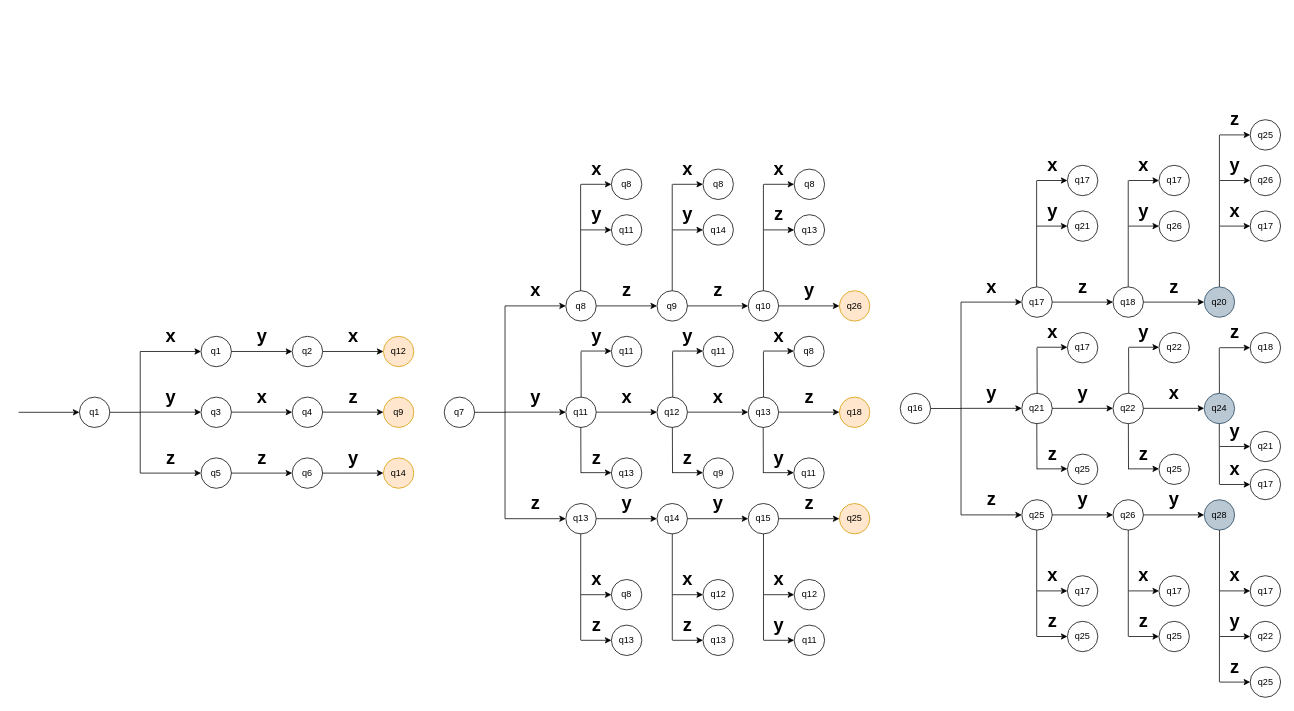
Danzokka/Faculdade keeps this draw.io diagram as Diagrama sem nome.drawio. Above is the earlier version. Source tidied: cells renumbered, new cells numbered last; positions are measured from the earlier drawing's top-left corner, leaving out a move shared by most shapes. Both pictures are drawn from the tidied source at 76%, with x=0, y=0 at pixel (18, 112).
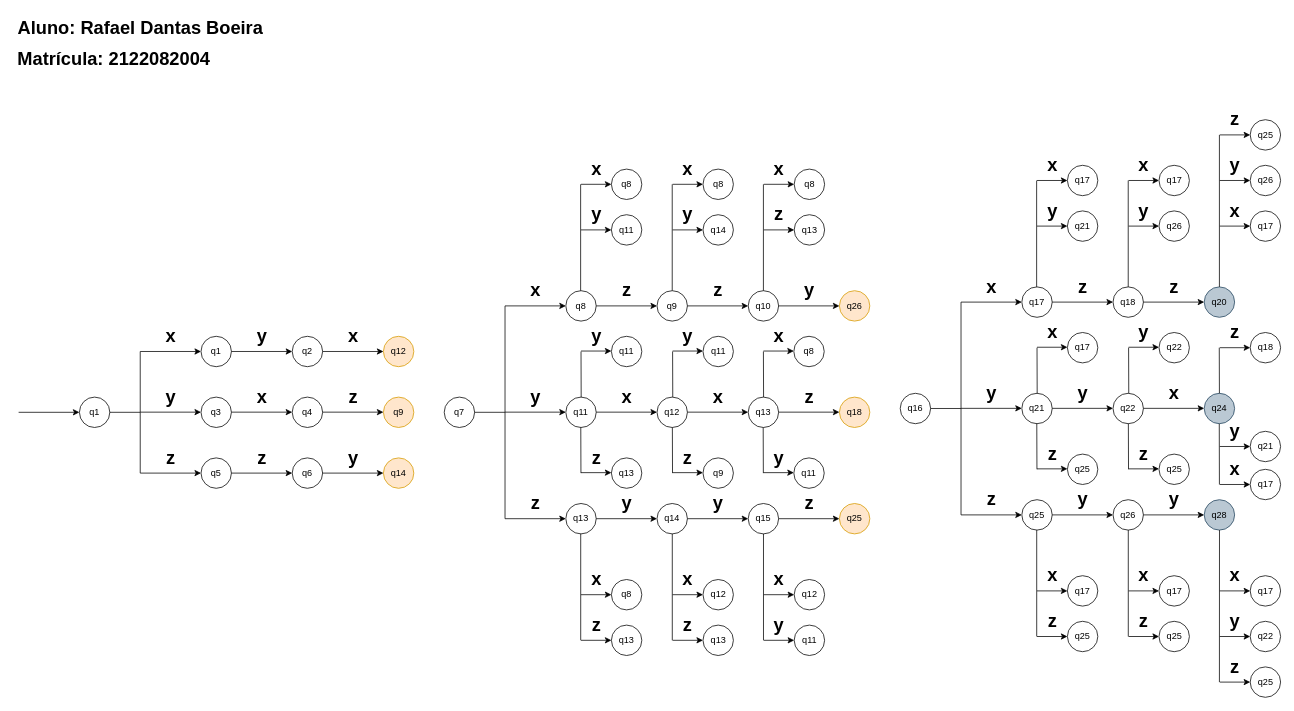
Above is the later version.

Change to the diagram source:
```diff
@@
+    <mxCell id="246" value="&lt;font style=&quot;background-color: rgb(255, 255, 255);&quot;&gt;Aluno: Rafael Dantas Boeira&lt;/font&gt;" style="text;html=1;fontSize=24;fontStyle=1;verticalAlign=middle;align=center;" parent="1" vertex="1">
+      <mxGeometry y="-130" width="320" height="40" as="geometry" />
+    </mxCell>
+    <mxCell id="247" value="&lt;font style=&quot;background-color: rgb(255, 255, 255);&quot;&gt;Matrícula: 2122082004&lt;/font&gt;" style="text;strokeColor=none;fillColor=none;html=1;fontSize=24;fontStyle=1;verticalAlign=middle;align=center;" parent="1" vertex="1">
+      <mxGeometry y="-90" width="250" height="40" as="geometry" />
+    </mxCell>
```
